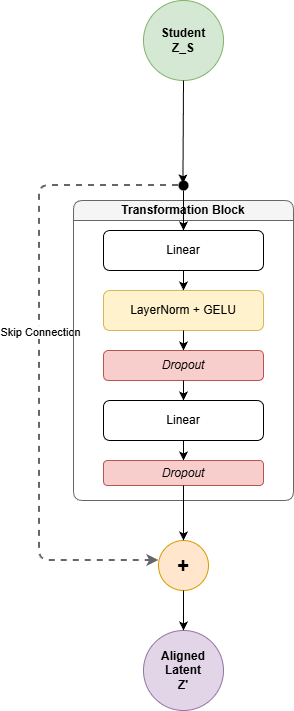
Before: Documentazione/images/modelsss/AlignApp1.png, a diagram exported from draw.io (Fonty02/HallucinationDetection). Source tidied: cells renumbered, new cells last; positions are measured from the earlier drawing's top-left corner, leaving out a move shared by most shapes.
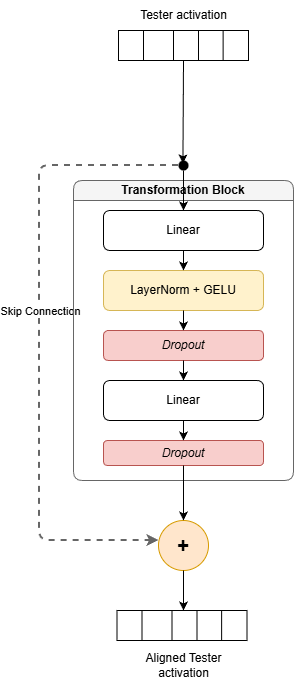
The same file after the commit.

Diff of the diagram source:
```diff
@@ -2,9 +2,6 @@
   <root>
     <mxCell id="0" />
     <mxCell id="1" parent="0" />
-    <mxCell id="2" value="Student&lt;br&gt;Z_S" style="ellipse;whiteSpace=wrap;html=1;fillColor=#d5e8d4;strokeColor=#82b366;fontStyle=1;" parent="1" vertex="1">
-      <mxGeometry x="104" width="80" height="80" as="geometry" />
-    </mxCell>
     <mxCell id="3" style="shape=ellipse;fillColor=#000000;strokeColor=none;" parent="1" vertex="1">
       <mxGeometry x="139" y="180" width="10" height="10" as="geometry" />
     </mxCell>
@@ -52,20 +49,87 @@
     <mxCell id="16" value="+" style="ellipse;whiteSpace=wrap;html=1;fillColor=#ffe6cc;strokeColor=#d79b00;fontStyle=1;fontSize=20;" parent="1" vertex="1">
       <mxGeometry x="119" y="540" width="50" height="50" as="geometry" />
     </mxCell>
-    <mxCell id="17" value="Aligned Latent&lt;br&gt;Z'" style="ellipse;whiteSpace=wrap;html=1;fillColor=#e1d5e7;strokeColor=#9673a6;fontStyle=1;" parent="1" vertex="1">
-      <mxGeometry x="104" y="630" width="80" height="80" as="geometry" />
-    </mxCell>
-    <mxCell id="18" style="entryX=0.444;entryY=0.289;entryDx=0;entryDy=0;entryPerimeter=0;" parent="1" edge="1" source="2" target="3">
-      <mxGeometry relative="1" as="geometry" />
-    </mxCell>
+    <mxCell id="22" style="entryX=0.444;entryY=0.289;entryDx=0;entryDy=0;entryPerimeter=0;" parent="1" edge="1" target="3">
+      <mxGeometry relative="1" as="geometry">
+        <mxPoint x="144" y="80" as="sourcePoint" />
+      </mxGeometry>
+    </mxCell>
     <mxCell id="19" parent="1" edge="1" source="3" target="7">
       <mxGeometry relative="1" as="geometry" />
     </mxCell>
     <mxCell id="20" parent="1" edge="1" source="11" target="16">
       <mxGeometry relative="1" as="geometry" />
     </mxCell>
-    <mxCell id="21" parent="1" edge="1" source="16" target="17">
-      <mxGeometry relative="1" as="geometry" />
-    </mxCell>
+    <mxCell id="23" parent="1" edge="1" source="16">
+      <mxGeometry relative="1" as="geometry">
+        <mxPoint x="144" y="630" as="targetPoint" />
+      </mxGeometry>
+    </mxCell>
+    <mxCell id="24" style="group;rotation=90;" parent="1" vertex="1">
+      <mxGeometry x="129" width="30" height="130" as="geometry" />
+    </mxCell>
+    <mxCell id="25" style="rounded=0;whiteSpace=wrap;html=1;rotation=180;" parent="24" vertex="1">
+      <mxGeometry x="-50" y="50" width="130" height="30" as="geometry" />
+    </mxCell>
+    <mxCell id="26" style="endArrow=none;html=1;rounded=0;exitX=0.195;exitY=0.997;exitDx=0;exitDy=0;exitPerimeter=0;entryX=0.195;entryY=0.003;entryDx=0;entryDy=0;entryPerimeter=0;" parent="24" edge="1" source="25" target="25">
+      <mxGeometry relative="1" as="geometry" />
+    </mxCell>
+    <mxCell id="27" style="endArrow=none;html=1;rounded=0;exitX=0.195;exitY=0.997;exitDx=0;exitDy=0;exitPerimeter=0;entryX=0.195;entryY=0.003;entryDx=0;entryDy=0;entryPerimeter=0;" parent="24" edge="1">
+      <mxGeometry relative="1" as="geometry">
+        <mxPoint x="30" y="50" as="sourcePoint" />
+        <mxPoint x="30" y="80" as="targetPoint" />
+      </mxGeometry>
+    </mxCell>
+    <mxCell id="28" style="endArrow=none;html=1;rounded=0;exitX=0.195;exitY=0.997;exitDx=0;exitDy=0;exitPerimeter=0;entryX=0.195;entryY=0.003;entryDx=0;entryDy=0;entryPerimeter=0;" parent="24" edge="1">
+      <mxGeometry relative="1" as="geometry">
+        <mxPoint x="5" y="50" as="sourcePoint" />
+        <mxPoint x="5" y="80" as="targetPoint" />
+      </mxGeometry>
+    </mxCell>
+    <mxCell id="29" style="endArrow=none;html=1;rounded=0;exitX=0.195;exitY=0.997;exitDx=0;exitDy=0;exitPerimeter=0;entryX=0.195;entryY=0.003;entryDx=0;entryDy=0;entryPerimeter=0;" parent="24" edge="1">
+      <mxGeometry relative="1" as="geometry">
+        <mxPoint x="-25" y="50" as="sourcePoint" />
+        <mxPoint x="-25" y="80" as="targetPoint" />
+        <Array as="points">
+          <mxPoint x="-25" y="60" />
+        </Array>
+      </mxGeometry>
+    </mxCell>
+    <mxCell id="30" value="Tester activation" style="text;html=1;whiteSpace=wrap;strokeColor=none;fillColor=none;align=center;verticalAlign=middle;rounded=0;" parent="1" vertex="1">
+      <mxGeometry x="91.5" y="20" width="105" height="30" as="geometry" />
+    </mxCell>
+    <mxCell id="31" style="group;rotation=90;" parent="1" vertex="1">
+      <mxGeometry x="127.5" y="580" width="30" height="130" as="geometry" />
+    </mxCell>
+    <mxCell id="32" style="rounded=0;whiteSpace=wrap;html=1;rotation=180;" parent="31" vertex="1">
+      <mxGeometry x="-50" y="50" width="130" height="30" as="geometry" />
+    </mxCell>
+    <mxCell id="33" style="endArrow=none;html=1;rounded=0;exitX=0.195;exitY=0.997;exitDx=0;exitDy=0;exitPerimeter=0;entryX=0.195;entryY=0.003;entryDx=0;entryDy=0;entryPerimeter=0;" parent="31" edge="1" source="32" target="32">
+      <mxGeometry relative="1" as="geometry" />
+    </mxCell>
+    <mxCell id="34" style="endArrow=none;html=1;rounded=0;exitX=0.195;exitY=0.997;exitDx=0;exitDy=0;exitPerimeter=0;entryX=0.195;entryY=0.003;entryDx=0;entryDy=0;entryPerimeter=0;" parent="31" edge="1">
+      <mxGeometry relative="1" as="geometry">
+        <mxPoint x="30" y="50" as="sourcePoint" />
+        <mxPoint x="30" y="80" as="targetPoint" />
+      </mxGeometry>
+    </mxCell>
+    <mxCell id="35" style="endArrow=none;html=1;rounded=0;exitX=0.195;exitY=0.997;exitDx=0;exitDy=0;exitPerimeter=0;entryX=0.195;entryY=0.003;entryDx=0;entryDy=0;entryPerimeter=0;" parent="31" edge="1">
+      <mxGeometry relative="1" as="geometry">
+        <mxPoint x="5" y="50" as="sourcePoint" />
+        <mxPoint x="5" y="80" as="targetPoint" />
+      </mxGeometry>
+    </mxCell>
+    <mxCell id="36" style="endArrow=none;html=1;rounded=0;exitX=0.195;exitY=0.997;exitDx=0;exitDy=0;exitPerimeter=0;entryX=0.195;entryY=0.003;entryDx=0;entryDy=0;entryPerimeter=0;" parent="31" edge="1">
+      <mxGeometry relative="1" as="geometry">
+        <mxPoint x="-25" y="50" as="sourcePoint" />
+        <mxPoint x="-25" y="80" as="targetPoint" />
+        <Array as="points">
+          <mxPoint x="-25" y="60" />
+        </Array>
+      </mxGeometry>
+    </mxCell>
+    <mxCell id="37" value="Aligned Tester activation" style="text;html=1;whiteSpace=wrap;strokeColor=none;fillColor=none;align=center;verticalAlign=middle;rounded=0;" parent="1" vertex="1">
+      <mxGeometry x="91.5" y="670" width="105" height="30" as="geometry" />
+    </mxCell>
   </root>
 </mxGraphModel>
```
